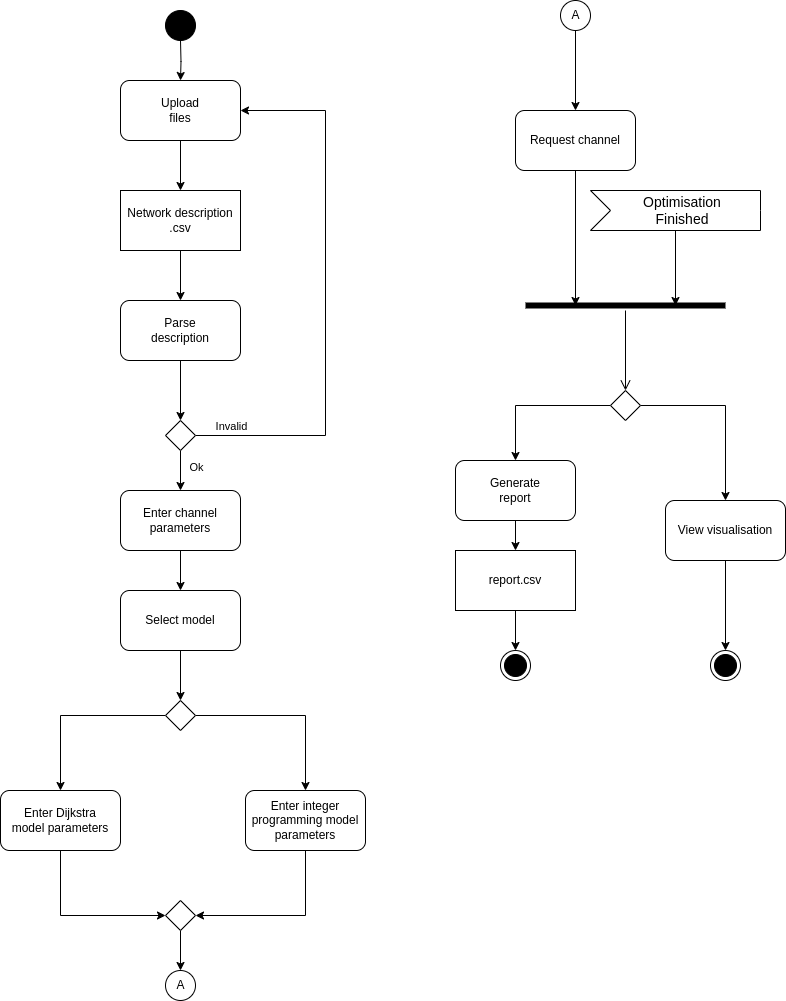
This is docs/diagrams/process-view.drawio.png from mGarbowski/pzsp2-projekt, a draw.io export, as it was before one commit. Source tidied: cells renumbered, new cells last; positions are measured from the earlier drawing's top-left corner, leaving out a move shared by most shapes.
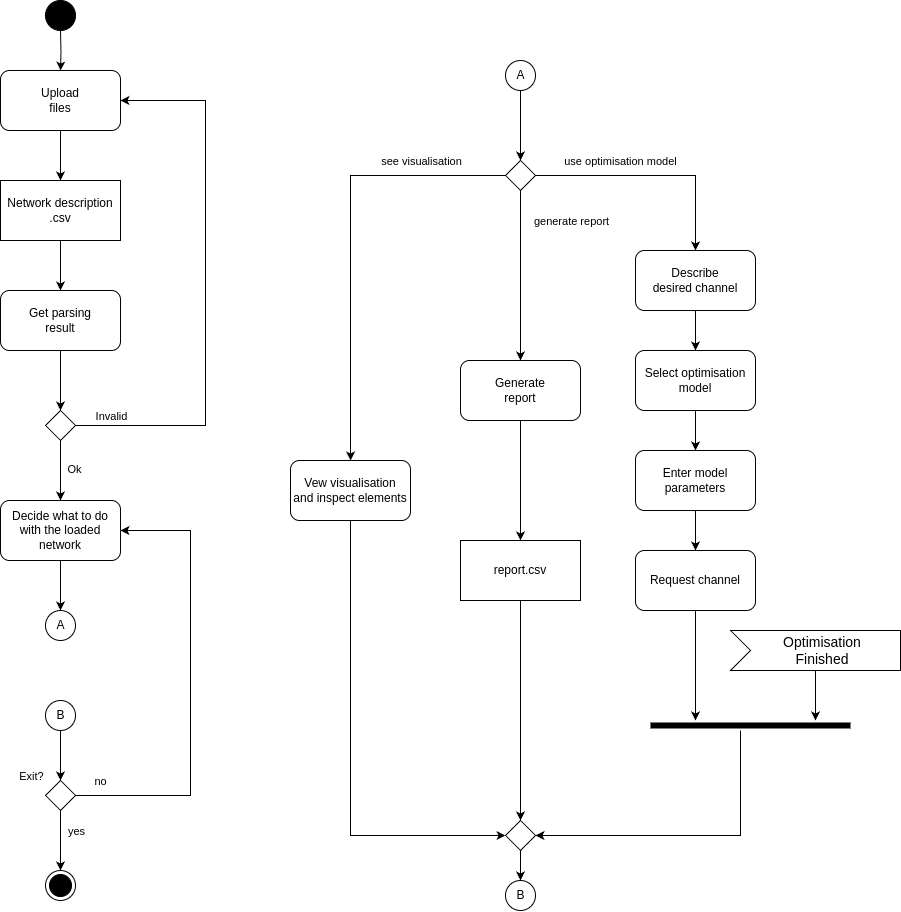
Later version of the same file.

Commit message:
fix process diagram

Diff of the diagram source:
```diff
@@ -22,7 +22,7 @@
     <mxCell id="7" style="edgeStyle=orthogonalEdgeStyle;rounded=0;jettySize=auto;html=1;" parent="1" edge="1" source="8" target="13">
       <mxGeometry relative="1" as="geometry" />
     </mxCell>
-    <mxCell id="8" value="Parse&lt;div&gt;description&lt;/div&gt;" style="rounded=1;whiteSpace=wrap;html=1;" parent="1" vertex="1">
+    <mxCell id="8" value="Get parsing&lt;div&gt;result&lt;/div&gt;" style="rounded=1;whiteSpace=wrap;html=1;" parent="1" vertex="1">
       <mxGeometry x="120" y="300" width="120" height="60" as="geometry" />
     </mxCell>
     <mxCell id="9" style="edgeStyle=orthogonalEdgeStyle;rounded=0;jettySize=auto;html=1;entryX=1;entryY=0.5;entryDx=0;entryDy=0;exitX=1;exitY=0.5;exitDx=0;exitDy=0;" parent="1" edge="1" source="13" target="4">
@@ -38,126 +38,185 @@
         <mxPoint x="-9" y="-10" as="offset" />
       </mxGeometry>
     </mxCell>
-    <mxCell id="11" style="edgeStyle=orthogonalEdgeStyle;rounded=0;jettySize=auto;html=1;" parent="1" edge="1" source="13" target="15">
-      <mxGeometry relative="1" as="geometry" />
-    </mxCell>
+    <mxCell id="48" style="edgeStyle=orthogonalEdgeStyle;rounded=0;jettySize=auto;html=1;" parent="1" edge="1" source="13" target="58">
+      <mxGeometry relative="1" as="geometry" />
+    </mxCell>
-    <mxCell id="12" value="Ok" style="edgeLabel;html=1;align=center;verticalAlign=middle;" parent="11" vertex="1">
-      <mxGeometry x="-0.21" y="-1" relative="1" as="geometry">
-        <mxPoint x="16" as="offset" />
+    <mxCell id="12" value="Ok" style="edgeLabel;html=1;align=center;verticalAlign=middle;" parent="48" vertex="1">
+      <mxGeometry x="-0.05" y="3" relative="1" as="geometry">
+        <mxPoint x="10" as="offset" />
       </mxGeometry>
     </mxCell>
     <mxCell id="13" style="rhombus;" parent="1" vertex="1">
       <mxGeometry x="165" y="420" width="30" height="30" as="geometry" />
     </mxCell>
-    <mxCell id="14" style="edgeStyle=orthogonalEdgeStyle;rounded=0;jettySize=auto;html=1;" parent="1" edge="1" source="15" target="17">
-      <mxGeometry relative="1" as="geometry" />
-    </mxCell>
-    <mxCell id="15" value="Enter channel&lt;div&gt;parameters&lt;/div&gt;" style="rounded=1;whiteSpace=wrap;html=1;" parent="1" vertex="1">
-      <mxGeometry x="120" y="490" width="120" height="60" as="geometry" />
-    </mxCell>
-    <mxCell id="16" style="edgeStyle=orthogonalEdgeStyle;rounded=0;jettySize=auto;html=1;" parent="1" edge="1" source="17" target="20">
-      <mxGeometry relative="1" as="geometry" />
-    </mxCell>
-    <mxCell id="17" value="Select model" style="rounded=1;whiteSpace=wrap;html=1;" parent="1" vertex="1">
-      <mxGeometry x="120" y="590" width="120" height="60" as="geometry" />
-    </mxCell>
-    <mxCell id="18" style="edgeStyle=orthogonalEdgeStyle;rounded=0;jettySize=auto;html=1;entryX=0.5;entryY=0;entryDx=0;entryDy=0;" parent="1" edge="1" source="20" target="22">
-      <mxGeometry relative="1" as="geometry" />
-    </mxCell>
-    <mxCell id="19" style="edgeStyle=orthogonalEdgeStyle;rounded=0;jettySize=auto;html=1;entryX=0.5;entryY=0;entryDx=0;entryDy=0;" parent="1" edge="1" source="20" target="24">
-      <mxGeometry relative="1" as="geometry" />
-    </mxCell>
-    <mxCell id="20" style="rhombus;" parent="1" vertex="1">
-      <mxGeometry x="165" y="700" width="30" height="30" as="geometry" />
-    </mxCell>
-    <mxCell id="21" style="edgeStyle=orthogonalEdgeStyle;rounded=0;jettySize=auto;html=1;entryX=0;entryY=0.5;entryDx=0;entryDy=0;" parent="1" edge="1" source="22" target="26">
-      <mxGeometry relative="1" as="geometry">
-        <Array as="points">
-          <mxPoint x="60" y="915" />
-        </Array>
-      </mxGeometry>
-    </mxCell>
-    <mxCell id="22" value="Enter Dijkstra&lt;div&gt;model parameters&lt;/div&gt;" style="rounded=1;whiteSpace=wrap;html=1;" parent="1" vertex="1">
-      <mxGeometry y="790" width="120" height="60" as="geometry" />
-    </mxCell>
-    <mxCell id="23" style="edgeStyle=orthogonalEdgeStyle;rounded=0;jettySize=auto;html=1;entryX=1;entryY=0.5;entryDx=0;entryDy=0;" parent="1" edge="1" source="24" target="26">
-      <mxGeometry relative="1" as="geometry">
-        <Array as="points">
-          <mxPoint x="305" y="915" />
-        </Array>
-      </mxGeometry>
-    </mxCell>
-    <mxCell id="24" value="Enter integer programming model parameters" style="rounded=1;whiteSpace=wrap;html=1;" parent="1" vertex="1">
-      <mxGeometry x="245" y="790" width="120" height="60" as="geometry" />
-    </mxCell>
-    <mxCell id="25" style="edgeStyle=orthogonalEdgeStyle;rounded=0;jettySize=auto;html=1;" parent="1" edge="1" source="26" target="28">
-      <mxGeometry relative="1" as="geometry" />
-    </mxCell>
-    <mxCell id="26" style="rhombus;" parent="1" vertex="1">
-      <mxGeometry x="165" y="900" width="30" height="30" as="geometry" />
-    </mxCell>
     <mxCell id="27" style="ellipse;fillColor=strokeColor;html=1;" parent="1" vertex="1">
       <mxGeometry x="165" y="10" width="30" height="30" as="geometry" />
     </mxCell>
-    <mxCell id="28" value="A" style="ellipse;html=1;" parent="1" vertex="1">
-      <mxGeometry x="165" y="970" width="30" height="30" as="geometry" />
-    </mxCell>
-    <mxCell id="29" style="edgeStyle=orthogonalEdgeStyle;rounded=0;jettySize=auto;html=1;" parent="1" edge="1" source="30" target="32">
-      <mxGeometry relative="1" as="geometry" />
-    </mxCell>
-    <mxCell id="30" value="A" style="ellipse;html=1;" parent="1" vertex="1">
-      <mxGeometry x="560" width="30" height="30" as="geometry" />
-    </mxCell>
-    <mxCell id="31" style="edgeStyle=orthogonalEdgeStyle;rounded=0;jettySize=auto;html=1;entryX=0.25;entryY=0.5;entryDx=0;entryDy=0;entryPerimeter=0;" parent="1" edge="1" source="32" target="33">
-      <mxGeometry relative="1" as="geometry" />
-    </mxCell>
-    <mxCell id="32" value="Request channel" style="rounded=1;whiteSpace=wrap;html=1;" parent="1" vertex="1">
-      <mxGeometry x="515" y="110" width="120" height="60" as="geometry" />
-    </mxCell>
-    <mxCell id="33" style="shape=line;html=1;strokeWidth=6;" parent="1" vertex="1">
-      <mxGeometry x="525" y="300" width="200" height="10" as="geometry" />
-    </mxCell>
-    <mxCell id="34" style="edgeStyle=orthogonalEdgeStyle;html=1;verticalAlign=bottom;endArrow=open;endSize=8;rounded=0;entryX=0.5;entryY=0;entryDx=0;entryDy=0;" parent="1" edge="1" source="33" target="39">
-      <mxGeometry relative="1" as="geometry" />
-    </mxCell>
-    <mxCell id="35" value="Optimisation&lt;div&gt;Finished&lt;/div&gt;" style="html=1;shape=mxgraph.infographic.ribbonSimple;notch1=20;notch2=0;align=center;verticalAlign=middle;fontSize=14;fontStyle=0;fillColor=none;flipH=0;spacingRight=0;spacingLeft=14;whiteSpace=wrap;fillStyle=solid;" parent="1" vertex="1">
-      <mxGeometry x="590" y="190" width="170" height="40" as="geometry" />
-    </mxCell>
-    <mxCell id="36" style="edgeStyle=orthogonalEdgeStyle;rounded=0;jettySize=auto;html=1;entryX=0.75;entryY=0.5;entryDx=0;entryDy=0;entryPerimeter=0;" parent="1" edge="1" source="35" target="33">
-      <mxGeometry relative="1" as="geometry" />
-    </mxCell>
-    <mxCell id="37" style="edgeStyle=orthogonalEdgeStyle;rounded=0;jettySize=auto;html=1;entryX=0.5;entryY=0;entryDx=0;entryDy=0;" parent="1" edge="1" source="39" target="41">
-      <mxGeometry relative="1" as="geometry" />
-    </mxCell>
-    <mxCell id="38" style="edgeStyle=orthogonalEdgeStyle;rounded=0;jettySize=auto;html=1;entryX=0.5;entryY=0;entryDx=0;entryDy=0;" parent="1" edge="1" source="39" target="45">
-      <mxGeometry relative="1" as="geometry" />
-    </mxCell>
-    <mxCell id="39" style="rhombus;" parent="1" vertex="1">
-      <mxGeometry x="610" y="390" width="30" height="30" as="geometry" />
-    </mxCell>
+    <mxCell id="49" style="edgeStyle=orthogonalEdgeStyle;rounded=0;jettySize=auto;html=1;" parent="1" edge="1" source="85" target="55">
+      <mxGeometry relative="1" as="geometry" />
+    </mxCell>
+    <mxCell id="50" value="Exit?" style="edgeLabel;html=1;align=center;verticalAlign=middle;" parent="49" vertex="1">
+      <mxGeometry x="0.71" relative="1" as="geometry">
+        <mxPoint x="-30" y="2" as="offset" />
+      </mxGeometry>
+    </mxCell>
+    <mxCell id="51" style="edgeStyle=orthogonalEdgeStyle;rounded=0;jettySize=auto;html=1;" parent="1" edge="1" source="55" target="56">
+      <mxGeometry relative="1" as="geometry" />
+    </mxCell>
+    <mxCell id="52" value="yes" style="edgeLabel;html=1;align=center;verticalAlign=middle;" parent="51" vertex="1">
+      <mxGeometry x="-0.31" y="-2" relative="1" as="geometry">
+        <mxPoint x="17" y="-1" as="offset" />
+      </mxGeometry>
+    </mxCell>
+    <mxCell id="53" style="edgeStyle=orthogonalEdgeStyle;rounded=0;jettySize=auto;html=1;entryX=1;entryY=0.5;entryDx=0;entryDy=0;" parent="1" edge="1" source="55" target="58">
+      <mxGeometry relative="1" as="geometry">
+        <Array as="points">
+          <mxPoint x="310" y="805" />
+          <mxPoint x="310" y="540" />
+        </Array>
+      </mxGeometry>
+    </mxCell>
+    <mxCell id="54" value="no" style="edgeLabel;html=1;align=center;verticalAlign=middle;" parent="53" vertex="1">
+      <mxGeometry x="-0.97" y="1" relative="1" as="geometry">
+        <mxPoint x="17" y="-14" as="offset" />
+      </mxGeometry>
+    </mxCell>
+    <mxCell id="55" style="rhombus;" parent="1" vertex="1">
+      <mxGeometry x="165" y="790" width="30" height="30" as="geometry" />
+    </mxCell>
+    <mxCell id="56" style="ellipse;html=1;shape=endState;fillColor=strokeColor;" parent="1" vertex="1">
+      <mxGeometry x="165" y="880" width="30" height="30" as="geometry" />
+    </mxCell>
+    <mxCell id="57" style="edgeStyle=orthogonalEdgeStyle;rounded=0;jettySize=auto;html=1;" parent="1" edge="1" source="58" target="83">
+      <mxGeometry relative="1" as="geometry" />
+    </mxCell>
+    <mxCell id="58" value="Decide what to do&lt;div&gt;with the loaded network&lt;/div&gt;" style="rounded=1;whiteSpace=wrap;html=1;" parent="1" vertex="1">
+      <mxGeometry x="120" y="510" width="120" height="60" as="geometry" />
+    </mxCell>
+    <mxCell id="59" style="edgeStyle=orthogonalEdgeStyle;rounded=0;jettySize=auto;html=1;" parent="1" edge="1" source="60" target="67">
+      <mxGeometry relative="1" as="geometry" />
+    </mxCell>
+    <mxCell id="60" value="A" style="ellipse;html=1;" parent="1" vertex="1">
+      <mxGeometry x="625" y="70" width="30" height="30" as="geometry" />
+    </mxCell>
+    <mxCell id="61" style="edgeStyle=orthogonalEdgeStyle;rounded=0;jettySize=auto;html=1;" parent="1" edge="1" source="67" target="41">
+      <mxGeometry relative="1" as="geometry" />
+    </mxCell>
+    <mxCell id="62" value="generate report" style="edgeLabel;html=1;align=center;verticalAlign=middle;" parent="61" vertex="1">
+      <mxGeometry x="-0.22" relative="1" as="geometry">
+        <mxPoint x="50" y="-36" as="offset" />
+      </mxGeometry>
+    </mxCell>
+    <mxCell id="63" style="edgeStyle=orthogonalEdgeStyle;rounded=0;jettySize=auto;html=1;" parent="1" edge="1" source="67" target="71">
+      <mxGeometry relative="1" as="geometry" />
+    </mxCell>
+    <mxCell id="64" value="use optimisation model" style="edgeLabel;html=1;align=center;verticalAlign=middle;" parent="63" vertex="1">
+      <mxGeometry x="-0.5" relative="1" as="geometry">
+        <mxPoint x="27" y="-15" as="offset" />
+      </mxGeometry>
+    </mxCell>
+    <mxCell id="65" style="edgeStyle=orthogonalEdgeStyle;rounded=0;jettySize=auto;html=1;" parent="1" edge="1" source="67" target="69">
+      <mxGeometry relative="1" as="geometry" />
+    </mxCell>
+    <mxCell id="66" value="see visualisation" style="edgeLabel;html=1;align=center;verticalAlign=middle;" parent="65" vertex="1">
+      <mxGeometry x="-0.17" y="-1" relative="1" as="geometry">
+        <mxPoint x="71" y="-43" as="offset" />
+      </mxGeometry>
+    </mxCell>
+    <mxCell id="67" style="rhombus;" parent="1" vertex="1">
+      <mxGeometry x="625" y="170" width="30" height="30" as="geometry" />
+    </mxCell>
+    <mxCell id="68" style="edgeStyle=orthogonalEdgeStyle;rounded=0;jettySize=auto;html=1;entryX=0;entryY=0.5;entryDx=0;entryDy=0;" parent="1" edge="1" source="69" target="82">
+      <mxGeometry relative="1" as="geometry">
+        <Array as="points">
+          <mxPoint x="470" y="845" />
+        </Array>
+      </mxGeometry>
+    </mxCell>
+    <mxCell id="69" value="Vew visualisation&lt;div&gt;and inspect elements&lt;/div&gt;" style="rounded=1;whiteSpace=wrap;html=1;" parent="1" vertex="1">
+      <mxGeometry x="410" y="470" width="120" height="60" as="geometry" />
+    </mxCell>
     <mxCell id="40" style="edgeStyle=orthogonalEdgeStyle;rounded=0;jettySize=auto;html=1;" parent="1" edge="1" source="41" target="43">
       <mxGeometry relative="1" as="geometry" />
     </mxCell>
     <mxCell id="41" value="Generate&lt;div&gt;report&lt;/div&gt;" style="rounded=1;whiteSpace=wrap;html=1;" parent="1" vertex="1">
-      <mxGeometry x="455" y="460" width="120" height="60" as="geometry" />
+      <mxGeometry x="580" y="370" width="120" height="60" as="geometry" />
     </mxCell>
-    <mxCell id="42" style="edgeStyle=orthogonalEdgeStyle;rounded=0;jettySize=auto;html=1;" parent="1" edge="1" source="43" target="46">
-      <mxGeometry relative="1" as="geometry" />
-    </mxCell>
+    <mxCell id="70" style="edgeStyle=orthogonalEdgeStyle;rounded=0;jettySize=auto;html=1;" parent="1" edge="1" source="71" target="74">
+      <mxGeometry relative="1" as="geometry" />
+    </mxCell>
+    <mxCell id="71" value="Describe&lt;div&gt;desired channel&lt;/div&gt;" style="rounded=1;whiteSpace=wrap;html=1;" parent="1" vertex="1">
+      <mxGeometry x="755" y="260" width="120" height="60" as="geometry" />
+    </mxCell>
+    <mxCell id="72" style="edgeStyle=orthogonalEdgeStyle;rounded=0;jettySize=auto;html=1;entryX=0.5;entryY=0;entryDx=0;entryDy=0;" parent="1" edge="1" source="43" target="82">
+      <mxGeometry relative="1" as="geometry" />
+    </mxCell>
     <mxCell id="43" value="report.csv" style="rounded=0;whiteSpace=wrap;html=1;" parent="1" vertex="1">
-      <mxGeometry x="455" y="550" width="120" height="60" as="geometry" />
+      <mxGeometry x="580" y="550" width="120" height="60" as="geometry" />
     </mxCell>
-    <mxCell id="44" style="edgeStyle=orthogonalEdgeStyle;rounded=0;jettySize=auto;html=1;" parent="1" edge="1" source="45" target="47">
-      <mxGeometry relative="1" as="geometry" />
-    </mxCell>
-    <mxCell id="45" value="View visualisation" style="rounded=1;whiteSpace=wrap;html=1;" parent="1" vertex="1">
-      <mxGeometry x="665" y="500" width="120" height="60" as="geometry" />
-    </mxCell>
-    <mxCell id="46" style="ellipse;html=1;shape=endState;fillColor=strokeColor;" parent="1" vertex="1">
-      <mxGeometry x="500" y="650" width="30" height="30" as="geometry" />
-    </mxCell>
-    <mxCell id="47" style="ellipse;html=1;shape=endState;fillColor=strokeColor;" parent="1" vertex="1">
-      <mxGeometry x="710" y="650" width="30" height="30" as="geometry" />
-    </mxCell>
+    <mxCell id="73" style="edgeStyle=orthogonalEdgeStyle;rounded=0;jettySize=auto;html=1;" parent="1" edge="1" source="74" target="76">
+      <mxGeometry relative="1" as="geometry" />
+    </mxCell>
+    <mxCell id="74" value="Select optimisation&lt;div&gt;model&lt;/div&gt;" style="rounded=1;whiteSpace=wrap;html=1;" parent="1" vertex="1">
+      <mxGeometry x="755" y="360" width="120" height="60" as="geometry" />
+    </mxCell>
+    <mxCell id="75" style="edgeStyle=orthogonalEdgeStyle;rounded=0;jettySize=auto;html=1;" parent="1" edge="1" source="76" target="32">
+      <mxGeometry relative="1" as="geometry" />
+    </mxCell>
+    <mxCell id="76" value="Enter model&lt;div&gt;parameters&lt;/div&gt;" style="rounded=1;whiteSpace=wrap;html=1;" parent="1" vertex="1">
+      <mxGeometry x="755" y="460" width="120" height="60" as="geometry" />
+    </mxCell>
+    <mxCell id="77" style="edgeStyle=orthogonalEdgeStyle;rounded=0;jettySize=auto;html=1;" parent="1" edge="1" source="32" target="80">
+      <mxGeometry relative="1" as="geometry">
+        <Array as="points">
+          <mxPoint x="815" y="710" />
+          <mxPoint x="815" y="710" />
+        </Array>
+      </mxGeometry>
+    </mxCell>
+    <mxCell id="32" value="Request channel" style="rounded=1;whiteSpace=wrap;html=1;" parent="1" vertex="1">
+      <mxGeometry x="755" y="560" width="120" height="60" as="geometry" />
+    </mxCell>
+    <mxCell id="78" style="edgeStyle=orthogonalEdgeStyle;rounded=0;jettySize=auto;html=1;" parent="1" edge="1" source="35" target="80">
+      <mxGeometry relative="1" as="geometry">
+        <Array as="points">
+          <mxPoint x="935" y="720" />
+          <mxPoint x="935" y="720" />
+        </Array>
+      </mxGeometry>
+    </mxCell>
+    <mxCell id="35" value="Optimisation&lt;div&gt;Finished&lt;/div&gt;" style="html=1;shape=mxgraph.infographic.ribbonSimple;notch1=20;notch2=0;align=center;verticalAlign=middle;fontSize=14;fontStyle=0;fillColor=none;flipH=0;spacingRight=0;spacingLeft=14;whiteSpace=wrap;fillStyle=solid;" parent="1" vertex="1">
+      <mxGeometry x="850" y="640" width="170" height="40" as="geometry" />
+    </mxCell>
+    <mxCell id="79" style="edgeStyle=orthogonalEdgeStyle;rounded=0;jettySize=auto;html=1;entryX=1;entryY=0.5;entryDx=0;entryDy=0;" parent="1" edge="1" source="80" target="82">
+      <mxGeometry relative="1" as="geometry">
+        <Array as="points">
+          <mxPoint x="860" y="845" />
+        </Array>
+      </mxGeometry>
+    </mxCell>
+    <mxCell id="80" style="shape=line;html=1;strokeWidth=6;" parent="1" vertex="1">
+      <mxGeometry x="770" y="730" width="200" height="10" as="geometry" />
+    </mxCell>
+    <mxCell id="81" style="edgeStyle=orthogonalEdgeStyle;rounded=0;jettySize=auto;html=1;" parent="1" edge="1" source="82" target="86">
+      <mxGeometry relative="1" as="geometry" />
+    </mxCell>
+    <mxCell id="82" style="rhombus;" parent="1" vertex="1">
+      <mxGeometry x="625" y="830" width="30" height="30" as="geometry" />
+    </mxCell>
+    <mxCell id="83" value="A" style="ellipse;html=1;" parent="1" vertex="1">
+      <mxGeometry x="165" y="620" width="30" height="30" as="geometry" />
+    </mxCell>
+    <mxCell id="84" style="edgeStyle=orthogonalEdgeStyle;rounded=0;jettySize=auto;html=1;" parent="1" edge="1" target="85">
+      <mxGeometry relative="1" as="geometry">
+        <mxPoint x="180" y="710" as="sourcePoint" />
+      </mxGeometry>
+    </mxCell>
+    <mxCell id="85" value="B" style="ellipse;html=1;" parent="1" vertex="1">
+      <mxGeometry x="165" y="710" width="30" height="30" as="geometry" />
+    </mxCell>
+    <mxCell id="86" value="B" style="ellipse;html=1;" parent="1" vertex="1">
+      <mxGeometry x="625" y="890" width="30" height="30" as="geometry" />
+    </mxCell>
   </root>
 </mxGraphModel>
```
